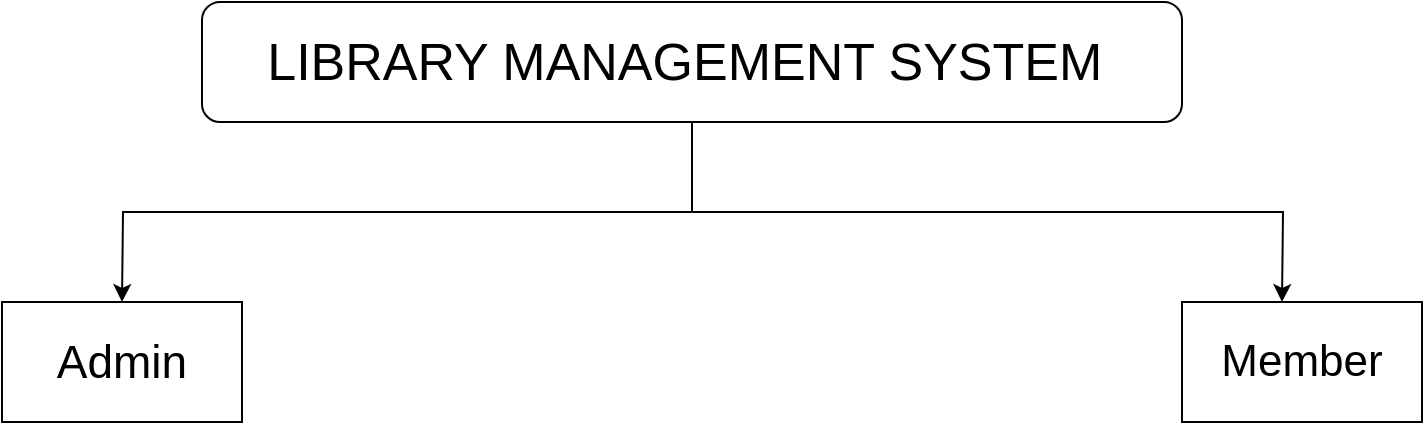
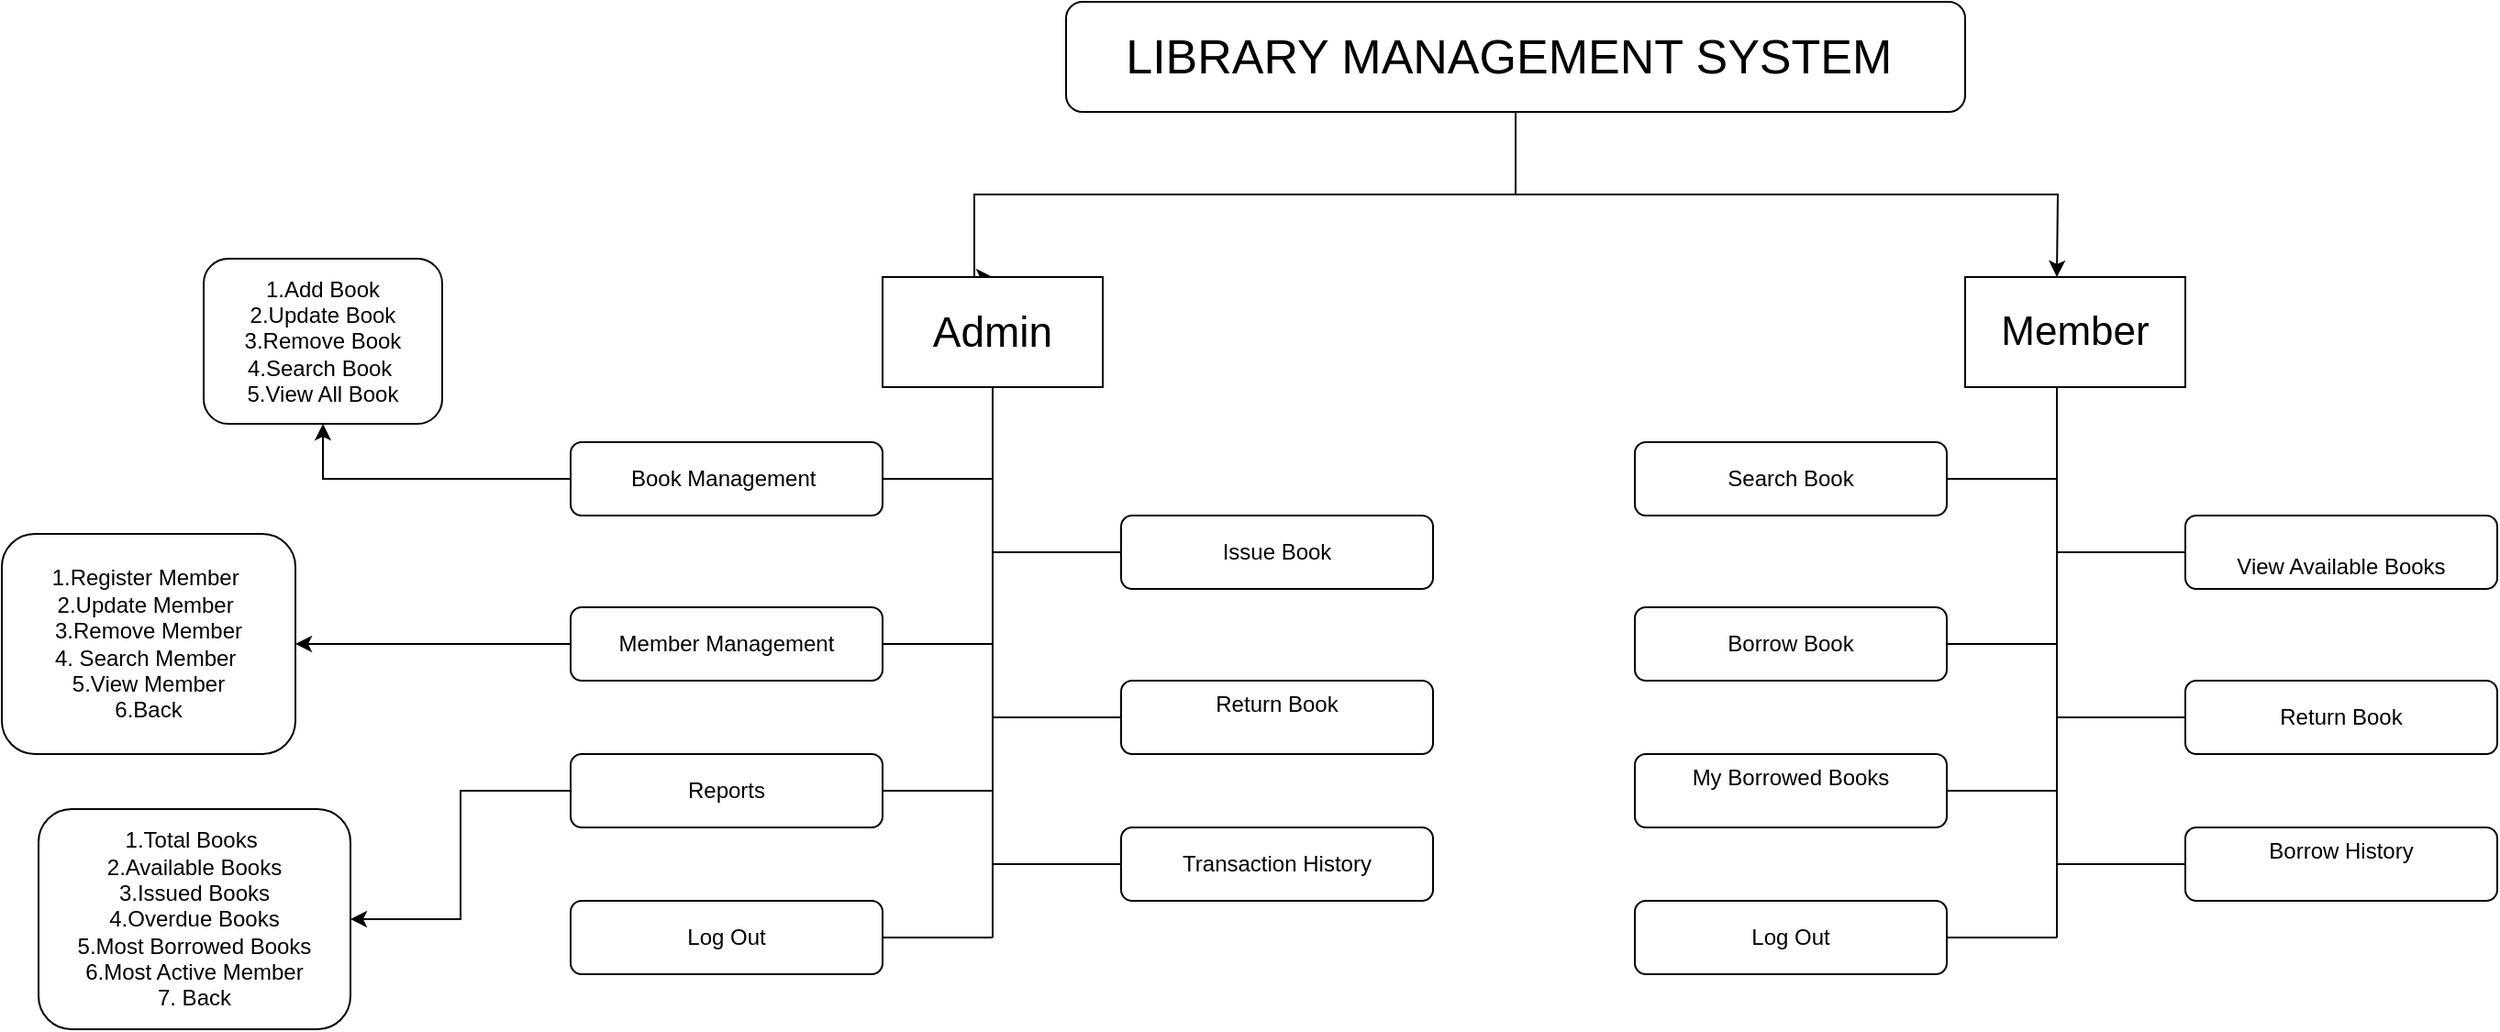
<mxfile host="app.diagrams.net" agent="Mozilla/5.0 (Windows NT 10.0; Win64; x64) AppleWebKit/537.36 (KHTML, like Gecko) Chrome/150.0.0.0 Safari/537.36" version="28.2.9">
  <diagram name="Page-1" id="ALS9TfCqg5eBpyUf8j7m">
-     <mxGraphModel dx="2693" dy="1082" grid="1" gridSize="10" guides="1" tooltips="1" connect="1" arrows="1" fold="1" page="1" pageScale="1" pageWidth="850" pageHeight="1100" math="0" shadow="0">
+     <mxGraphModel dx="3533" dy="1045" grid="1" gridSize="10" guides="1" tooltips="1" connect="1" arrows="1" fold="1" page="1" pageScale="1" pageWidth="850" pageHeight="1100" math="0" shadow="0">
      <root>
        <mxCell id="0" />
        <mxCell id="1" parent="0" />
-         <mxCell id="aOI_sVmLMZ7PSrJGsIdZ-10" style="edgeStyle=orthogonalEdgeStyle;rounded=0;orthogonalLoop=1;jettySize=auto;html=1;exitX=0.5;exitY=1;exitDx=0;exitDy=0;" edge="1" parent="1" source="aOI_sVmLMZ7PSrJGsIdZ-7">
+         <mxCell id="aOI_sVmLMZ7PSrJGsIdZ-10" style="edgeStyle=orthogonalEdgeStyle;rounded=0;orthogonalLoop=1;jettySize=auto;html=1;exitX=0.5;exitY=1;exitDx=0;exitDy=0;" parent="1" source="aOI_sVmLMZ7PSrJGsIdZ-7" edge="1">
          <mxGeometry relative="1" as="geometry">
            <mxPoint x="-420" y="180" as="targetPoint" />
+             <Array as="points">
+               <mxPoint x="-135" y="135" />
+               <mxPoint x="-430" y="135" />
+               <mxPoint x="-430" y="180" />
+             </Array>
          </mxGeometry>
        </mxCell>
-         <mxCell id="aOI_sVmLMZ7PSrJGsIdZ-11" style="edgeStyle=orthogonalEdgeStyle;rounded=0;orthogonalLoop=1;jettySize=auto;html=1;exitX=0.5;exitY=1;exitDx=0;exitDy=0;" edge="1" parent="1" source="aOI_sVmLMZ7PSrJGsIdZ-7">
+         <mxCell id="aOI_sVmLMZ7PSrJGsIdZ-11" style="edgeStyle=orthogonalEdgeStyle;rounded=0;orthogonalLoop=1;jettySize=auto;html=1;exitX=0.5;exitY=1;exitDx=0;exitDy=0;" parent="1" source="aOI_sVmLMZ7PSrJGsIdZ-7" edge="1">
          <mxGeometry relative="1" as="geometry">
            <mxPoint x="160" y="180" as="targetPoint" />
          </mxGeometry>
        </mxCell>
-         <mxCell id="aOI_sVmLMZ7PSrJGsIdZ-7" value="&lt;span style=&quot;font-size: 26px;&quot;&gt;LIBRARY MANAGEMENT SYSTEM&amp;nbsp;&lt;/span&gt;" style="rounded=1;whiteSpace=wrap;html=1;" vertex="1" parent="1">
+         <mxCell id="aOI_sVmLMZ7PSrJGsIdZ-7" value="&lt;span style=&quot;font-size: 26px;&quot;&gt;LIBRARY MANAGEMENT SYSTEM&amp;nbsp;&lt;/span&gt;" style="rounded=1;whiteSpace=wrap;html=1;" parent="1" vertex="1">
          <mxGeometry x="-380" y="30" width="490" height="60" as="geometry" />
        </mxCell>
-         <mxCell id="aOI_sVmLMZ7PSrJGsIdZ-12" value="&lt;font style=&quot;font-size: 22px;&quot;&gt;Member&lt;/font&gt;" style="rounded=0;whiteSpace=wrap;html=1;" vertex="1" parent="1">
+         <mxCell id="aOI_sVmLMZ7PSrJGsIdZ-12" value="&lt;font style=&quot;font-size: 22px;&quot;&gt;Member&lt;/font&gt;" style="rounded=0;whiteSpace=wrap;html=1;" parent="1" vertex="1">
          <mxGeometry x="110" y="180" width="120" height="60" as="geometry" />
        </mxCell>
-         <mxCell id="aOI_sVmLMZ7PSrJGsIdZ-13" value="&lt;font style=&quot;font-size: 23px;&quot;&gt;Admin&lt;/font&gt;" style="rounded=0;whiteSpace=wrap;html=1;" vertex="1" parent="1">
+         <mxCell id="aOI_sVmLMZ7PSrJGsIdZ-13" value="&lt;font style=&quot;font-size: 23px;&quot;&gt;Admin&lt;/font&gt;" style="rounded=0;whiteSpace=wrap;html=1;" parent="1" vertex="1">
          <mxGeometry x="-480" y="180" width="120" height="60" as="geometry" />
+         </mxCell>
+         <mxCell id="uWCTjBnmCBmoPS3BM1kT-145" value="" style="edgeStyle=orthogonalEdgeStyle;rounded=0;orthogonalLoop=1;jettySize=auto;html=1;" edge="1" parent="1" source="uWCTjBnmCBmoPS3BM1kT-3" target="uWCTjBnmCBmoPS3BM1kT-144">
+           <mxGeometry relative="1" as="geometry" />
+         </mxCell>
+         <mxCell id="uWCTjBnmCBmoPS3BM1kT-3" value="Book Management&amp;nbsp;" style="rounded=1;whiteSpace=wrap;html=1;" vertex="1" parent="1">
+           <mxGeometry x="-650" y="270" width="170" height="40" as="geometry" />
+         </mxCell>
+         <mxCell id="uWCTjBnmCBmoPS3BM1kT-5" value="Issue Book" style="rounded=1;whiteSpace=wrap;html=1;" vertex="1" parent="1">
+           <mxGeometry x="-350" y="310" width="170" height="40" as="geometry" />
+         </mxCell>
+         <mxCell id="uWCTjBnmCBmoPS3BM1kT-147" value="" style="edgeStyle=orthogonalEdgeStyle;rounded=0;orthogonalLoop=1;jettySize=auto;html=1;" edge="1" parent="1" source="uWCTjBnmCBmoPS3BM1kT-6" target="uWCTjBnmCBmoPS3BM1kT-146">
+           <mxGeometry relative="1" as="geometry" />
+         </mxCell>
+         <mxCell id="uWCTjBnmCBmoPS3BM1kT-6" value="Member Management" style="rounded=1;whiteSpace=wrap;html=1;" vertex="1" parent="1">
+           <mxGeometry x="-650" y="360" width="170" height="40" as="geometry" />
+         </mxCell>
+         <mxCell id="uWCTjBnmCBmoPS3BM1kT-7" value="&#xa;Return Book&#xa;&#xa;" style="rounded=1;whiteSpace=wrap;html=1;" vertex="1" parent="1">
+           <mxGeometry x="-350" y="400" width="170" height="40" as="geometry" />
+         </mxCell>
+         <mxCell id="uWCTjBnmCBmoPS3BM1kT-149" value="" style="edgeStyle=orthogonalEdgeStyle;rounded=0;orthogonalLoop=1;jettySize=auto;html=1;" edge="1" parent="1" source="uWCTjBnmCBmoPS3BM1kT-8" target="uWCTjBnmCBmoPS3BM1kT-148">
+           <mxGeometry relative="1" as="geometry" />
+         </mxCell>
+         <mxCell id="uWCTjBnmCBmoPS3BM1kT-8" value="Reports" style="rounded=1;whiteSpace=wrap;html=1;" vertex="1" parent="1">
+           <mxGeometry x="-650" y="440" width="170" height="40" as="geometry" />
+         </mxCell>
+         <mxCell id="uWCTjBnmCBmoPS3BM1kT-11" value="" style="endArrow=none;html=1;rounded=0;exitX=1;exitY=0.5;exitDx=0;exitDy=0;" edge="1" parent="1" source="uWCTjBnmCBmoPS3BM1kT-3">
+           <mxGeometry width="50" height="50" relative="1" as="geometry">
+             <mxPoint x="-220" y="360" as="sourcePoint" />
+             <mxPoint x="-420" y="290" as="targetPoint" />
+           </mxGeometry>
+         </mxCell>
+         <mxCell id="uWCTjBnmCBmoPS3BM1kT-12" value="" style="endArrow=none;html=1;rounded=0;" edge="1" parent="1">
+           <mxGeometry width="50" height="50" relative="1" as="geometry">
+             <mxPoint x="-420" y="330" as="sourcePoint" />
+             <mxPoint x="-350" y="330" as="targetPoint" />
+           </mxGeometry>
+         </mxCell>
+         <mxCell id="uWCTjBnmCBmoPS3BM1kT-13" value="" style="endArrow=none;html=1;rounded=0;exitX=1;exitY=0.5;exitDx=0;exitDy=0;" edge="1" parent="1" source="uWCTjBnmCBmoPS3BM1kT-6">
+           <mxGeometry width="50" height="50" relative="1" as="geometry">
+             <mxPoint x="-460" y="380" as="sourcePoint" />
+             <mxPoint x="-420" y="380" as="targetPoint" />
+           </mxGeometry>
+         </mxCell>
+         <mxCell id="uWCTjBnmCBmoPS3BM1kT-14" value="" style="endArrow=none;html=1;rounded=0;entryX=0;entryY=0.5;entryDx=0;entryDy=0;" edge="1" parent="1" target="uWCTjBnmCBmoPS3BM1kT-7">
+           <mxGeometry width="50" height="50" relative="1" as="geometry">
+             <mxPoint x="-420" y="420" as="sourcePoint" />
+             <mxPoint x="-320" y="420" as="targetPoint" />
+           </mxGeometry>
+         </mxCell>
+         <mxCell id="uWCTjBnmCBmoPS3BM1kT-15" value="" style="endArrow=none;html=1;rounded=0;exitX=1;exitY=0.5;exitDx=0;exitDy=0;" edge="1" parent="1" source="uWCTjBnmCBmoPS3BM1kT-8">
+           <mxGeometry width="50" height="50" relative="1" as="geometry">
+             <mxPoint x="-450" y="450" as="sourcePoint" />
+             <mxPoint x="-420" y="460" as="targetPoint" />
+           </mxGeometry>
+         </mxCell>
+         <mxCell id="uWCTjBnmCBmoPS3BM1kT-16" value="Transaction History" style="rounded=1;whiteSpace=wrap;html=1;" vertex="1" parent="1">
+           <mxGeometry x="-350" y="480" width="170" height="40" as="geometry" />
+         </mxCell>
+         <mxCell id="uWCTjBnmCBmoPS3BM1kT-17" value="" style="endArrow=none;html=1;rounded=0;entryX=0;entryY=0.5;entryDx=0;entryDy=0;" edge="1" parent="1" target="uWCTjBnmCBmoPS3BM1kT-16">
+           <mxGeometry width="50" height="50" relative="1" as="geometry">
+             <mxPoint x="-420" y="500" as="sourcePoint" />
+             <mxPoint x="-320" y="510" as="targetPoint" />
+           </mxGeometry>
+         </mxCell>
+         <mxCell id="uWCTjBnmCBmoPS3BM1kT-18" value="Log Out" style="rounded=1;whiteSpace=wrap;html=1;" vertex="1" parent="1">
+           <mxGeometry x="-650" y="520" width="170" height="40" as="geometry" />
+         </mxCell>
+         <mxCell id="uWCTjBnmCBmoPS3BM1kT-19" value="" style="endArrow=none;html=1;rounded=0;exitX=1;exitY=0.5;exitDx=0;exitDy=0;" edge="1" parent="1" source="uWCTjBnmCBmoPS3BM1kT-18">
+           <mxGeometry width="50" height="50" relative="1" as="geometry">
+             <mxPoint x="-450" y="530" as="sourcePoint" />
+             <mxPoint x="-420" y="540" as="targetPoint" />
+           </mxGeometry>
+         </mxCell>
+         <mxCell id="uWCTjBnmCBmoPS3BM1kT-20" value="" style="endArrow=none;html=1;rounded=0;exitX=0.5;exitY=1;exitDx=0;exitDy=0;" edge="1" parent="1" source="aOI_sVmLMZ7PSrJGsIdZ-13">
+           <mxGeometry width="50" height="50" relative="1" as="geometry">
+             <mxPoint x="-290" y="360" as="sourcePoint" />
+             <mxPoint x="-420" y="540" as="targetPoint" />
+           </mxGeometry>
+         </mxCell>
+         <mxCell id="uWCTjBnmCBmoPS3BM1kT-126" value="Search Book" style="rounded=1;whiteSpace=wrap;html=1;" vertex="1" parent="1">
+           <mxGeometry x="-70" y="270" width="170" height="40" as="geometry" />
+         </mxCell>
+         <mxCell id="uWCTjBnmCBmoPS3BM1kT-127" value="&lt;br&gt;View Available Books" style="rounded=1;whiteSpace=wrap;html=1;" vertex="1" parent="1">
+           <mxGeometry x="230" y="310" width="170" height="40" as="geometry" />
+         </mxCell>
+         <mxCell id="uWCTjBnmCBmoPS3BM1kT-128" value="Borrow Book" style="rounded=1;whiteSpace=wrap;html=1;" vertex="1" parent="1">
+           <mxGeometry x="-70" y="360" width="170" height="40" as="geometry" />
+         </mxCell>
+         <mxCell id="uWCTjBnmCBmoPS3BM1kT-129" value="Return Book" style="rounded=1;whiteSpace=wrap;html=1;" vertex="1" parent="1">
+           <mxGeometry x="230" y="400" width="170" height="40" as="geometry" />
+         </mxCell>
+         <mxCell id="uWCTjBnmCBmoPS3BM1kT-130" value="&#xa;My Borrowed Books&#xa;&#xa;" style="rounded=1;whiteSpace=wrap;html=1;" vertex="1" parent="1">
+           <mxGeometry x="-70" y="440" width="170" height="40" as="geometry" />
+         </mxCell>
+         <mxCell id="uWCTjBnmCBmoPS3BM1kT-131" value="" style="endArrow=none;html=1;rounded=0;exitX=1;exitY=0.5;exitDx=0;exitDy=0;" edge="1" parent="1" source="uWCTjBnmCBmoPS3BM1kT-126">
+           <mxGeometry width="50" height="50" relative="1" as="geometry">
+             <mxPoint x="360" y="360" as="sourcePoint" />
+             <mxPoint x="160" y="290" as="targetPoint" />
+           </mxGeometry>
+         </mxCell>
+         <mxCell id="uWCTjBnmCBmoPS3BM1kT-132" value="" style="endArrow=none;html=1;rounded=0;" edge="1" parent="1">
+           <mxGeometry width="50" height="50" relative="1" as="geometry">
+             <mxPoint x="160" y="330" as="sourcePoint" />
+             <mxPoint x="230" y="330" as="targetPoint" />
+           </mxGeometry>
+         </mxCell>
+         <mxCell id="uWCTjBnmCBmoPS3BM1kT-133" value="" style="endArrow=none;html=1;rounded=0;exitX=1;exitY=0.5;exitDx=0;exitDy=0;" edge="1" parent="1" source="uWCTjBnmCBmoPS3BM1kT-128">
+           <mxGeometry width="50" height="50" relative="1" as="geometry">
+             <mxPoint x="120" y="380" as="sourcePoint" />
+             <mxPoint x="160" y="380" as="targetPoint" />
+           </mxGeometry>
+         </mxCell>
+         <mxCell id="uWCTjBnmCBmoPS3BM1kT-134" value="" style="endArrow=none;html=1;rounded=0;entryX=0;entryY=0.5;entryDx=0;entryDy=0;" edge="1" parent="1" target="uWCTjBnmCBmoPS3BM1kT-129">
+           <mxGeometry width="50" height="50" relative="1" as="geometry">
+             <mxPoint x="160" y="420" as="sourcePoint" />
+             <mxPoint x="260" y="420" as="targetPoint" />
+           </mxGeometry>
+         </mxCell>
+         <mxCell id="uWCTjBnmCBmoPS3BM1kT-135" value="" style="endArrow=none;html=1;rounded=0;exitX=1;exitY=0.5;exitDx=0;exitDy=0;" edge="1" parent="1" source="uWCTjBnmCBmoPS3BM1kT-130">
+           <mxGeometry width="50" height="50" relative="1" as="geometry">
+             <mxPoint x="130" y="450" as="sourcePoint" />
+             <mxPoint x="160" y="460" as="targetPoint" />
+           </mxGeometry>
+         </mxCell>
+         <mxCell id="uWCTjBnmCBmoPS3BM1kT-136" value="&#xa;Borrow History&#xa;&#xa;" style="rounded=1;whiteSpace=wrap;html=1;" vertex="1" parent="1">
+           <mxGeometry x="230" y="480" width="170" height="40" as="geometry" />
+         </mxCell>
+         <mxCell id="uWCTjBnmCBmoPS3BM1kT-137" value="" style="endArrow=none;html=1;rounded=0;entryX=0;entryY=0.5;entryDx=0;entryDy=0;" edge="1" parent="1" target="uWCTjBnmCBmoPS3BM1kT-136">
+           <mxGeometry width="50" height="50" relative="1" as="geometry">
+             <mxPoint x="160" y="500" as="sourcePoint" />
+             <mxPoint x="260" y="510" as="targetPoint" />
+           </mxGeometry>
+         </mxCell>
+         <mxCell id="uWCTjBnmCBmoPS3BM1kT-138" value="Log Out" style="rounded=1;whiteSpace=wrap;html=1;" vertex="1" parent="1">
+           <mxGeometry x="-70" y="520" width="170" height="40" as="geometry" />
+         </mxCell>
+         <mxCell id="uWCTjBnmCBmoPS3BM1kT-139" value="" style="endArrow=none;html=1;rounded=0;exitX=1;exitY=0.5;exitDx=0;exitDy=0;" edge="1" parent="1" source="uWCTjBnmCBmoPS3BM1kT-138">
+           <mxGeometry width="50" height="50" relative="1" as="geometry">
+             <mxPoint x="130" y="530" as="sourcePoint" />
+             <mxPoint x="160" y="540" as="targetPoint" />
+           </mxGeometry>
+         </mxCell>
+         <mxCell id="uWCTjBnmCBmoPS3BM1kT-140" value="" style="endArrow=none;html=1;rounded=0;exitX=0.5;exitY=1;exitDx=0;exitDy=0;" edge="1" parent="1">
+           <mxGeometry width="50" height="50" relative="1" as="geometry">
+             <mxPoint x="160" y="240" as="sourcePoint" />
+             <mxPoint x="160" y="540" as="targetPoint" />
+           </mxGeometry>
+         </mxCell>
+         <mxCell id="uWCTjBnmCBmoPS3BM1kT-144" value="1.Add Book&lt;br&gt;2.Update Book&lt;br&gt;3.Remove Book&lt;br&gt;4.Search Book&amp;nbsp;&lt;br&gt;5.View All Book" style="whiteSpace=wrap;html=1;rounded=1;" vertex="1" parent="1">
+           <mxGeometry x="-850" y="170" width="130" height="90" as="geometry" />
+         </mxCell>
+         <mxCell id="uWCTjBnmCBmoPS3BM1kT-146" value="1.Register Member&amp;nbsp;&lt;br&gt;2.Update Member&amp;nbsp;&lt;br&gt;3.Remove Member&lt;br&gt;4. Search Member&amp;nbsp;&lt;br&gt;5.View Member&lt;br&gt;6.Back" style="whiteSpace=wrap;html=1;rounded=1;" vertex="1" parent="1">
+           <mxGeometry x="-960" y="320" width="160" height="120" as="geometry" />
+         </mxCell>
+         <mxCell id="uWCTjBnmCBmoPS3BM1kT-148" value="1.Total Books&amp;nbsp;&lt;br&gt;2.Available Books&lt;br&gt;3.Issued Books&lt;br&gt;4.Overdue Books&lt;br&gt;5.Most Borrowed Books&lt;br&gt;6.Most Active Member&lt;br&gt;7. Back" style="whiteSpace=wrap;html=1;rounded=1;" vertex="1" parent="1">
+           <mxGeometry x="-940" y="470" width="170" height="120" as="geometry" />
        </mxCell>
      </root>
    </mxGraphModel>
  </diagram>
</mxfile>
